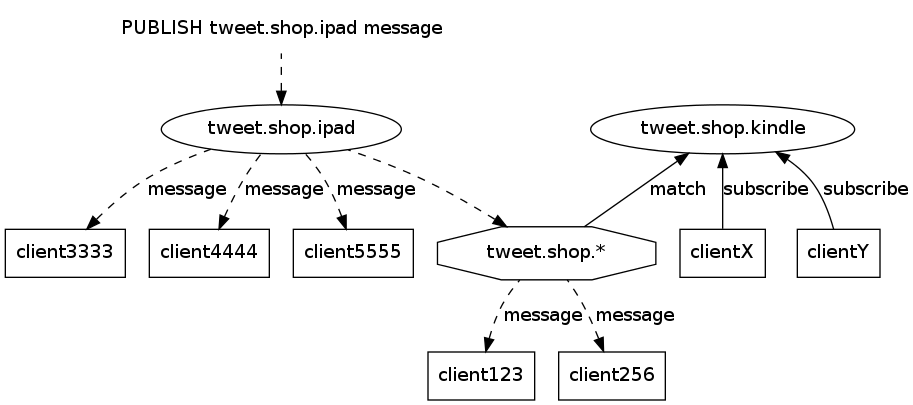
Above: feature/image/send_message_to_pattern_another_side.png in huangzworks/redisbook (Graphviz), before the change. Its source is kept beside it as feature/image/send_message_to_pattern_another_side.dot.
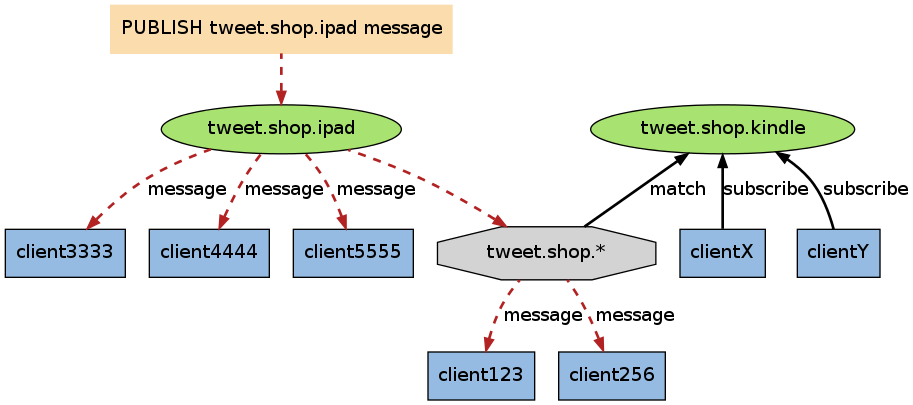
The same diagram one commit later.

Change to the diagram source:
```diff
@@ -2,32 +2,47 @@
 
     rankdir = BT;
 
-    kindle [label = "tweet.shop.kindle"];
+    node [style = filled];
+    edge [style = bold];
 
-    ipad [label = "tweet.shop.ipad"];
+    kindle [label = "tweet.shop.kindle", fillcolor = "#A8E270"];
+
+    ipad [label = "tweet.shop.ipad", fillcolor = "#A8E270"];
 
     node [shape = octagon];
     pattern [label = "tweet.shop.*"];
 
     pattern -> kindle [label = "match"];
-    pattern -> ipad [dir = back, style = dashed];
+    pattern -> ipad [style = "bold, dashed", color = "#B22222", dir = back];
 
     node [shape = box];
 
-    client123 -> pattern [label = "message", dir = back, style= dashed];
-    client256 -> pattern [label = "message", dir = back, style= dashed];
+    client123 -> pattern [label = "message", dir = back, style= "bold, dashed", color = "#B22222"];
+    client256 -> pattern [label = "message", dir = back, style= "bold, dashed", color = "#B22222"];
 
     clientX -> kindle [label = "subscribe"];
     clientY -> kindle [label = "subscribe"];
 
-    client3333 -> ipad [label = "message", dir = back, style= dashed];
-    client4444 -> ipad [label = "message", dir = back, style = dashed];
-    client5555 -> ipad [label = "message", dir = back, style = dashed];
+    client3333 -> ipad [label = "message", style = "bold, dashed", color = "#B22222", dir = back];
+    client4444 -> ipad [label = "message", style = "bold, dashed", color = "#B22222", dir = back];
+    client5555 -> ipad [label = "message", style = "bold, dashed", color = "#B22222", dir = back];
 
 
-    publish [label = "PUBLISH tweet.shop.ipad message", shape = plaintext];
+    publish [label = "PUBLISH tweet.shop.ipad message", shape = plaintext, fillcolor = "#FADCAD"];
 
-    ipad -> publish [dir = back, style = dashed];
+    ipad -> publish [style = "bold, dashed", color = "#B22222", dir = back];
+
+
+    client123 [fillcolor = "#95BBE3"];
+    client256 [fillcolor = "#95BBE3"];
+
+    clientX [fillcolor = "#95BBE3"];
+    clientY [fillcolor = "#95BBE3"];
+
+    client3333 [fillcolor = "#95BBE3"];
+    client4444 [fillcolor = "#95BBE3"];
+    client5555 [fillcolor = "#95BBE3"];
+
 
 
 }
```
